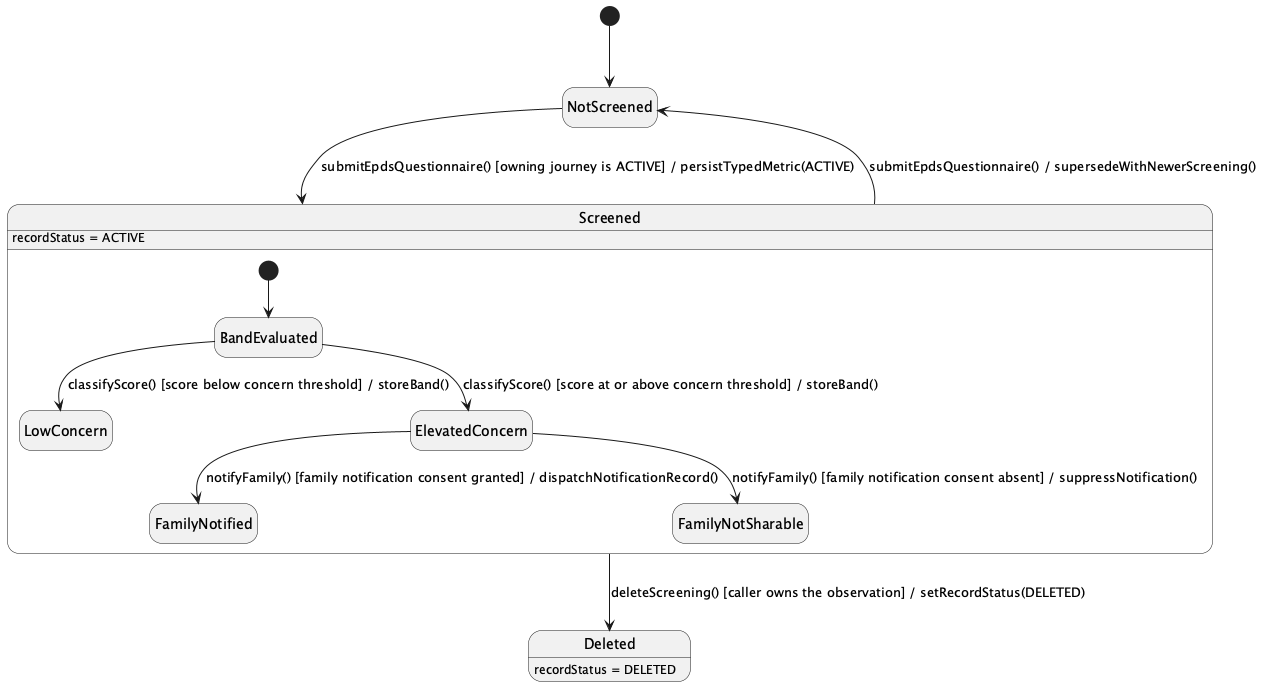
This is 03_Design/Detailed_Design/MF02_Mother_Care_Journey/images/06_EPDS_Screening_History_and_Family_Notification_StateChartDiagram.png from ChuongBDHE172784/CareBridge_SEP490_G79, a PlantUML export, as it was before one commit. Source of this version:
```plantuml
@startuml
hide empty description
[*] --> NotScreened

NotScreened --> Screened : submitEpdsQuestionnaire() [owning journey is ACTIVE] / persistTypedMetric(ACTIVE)
Screened --> Deleted : deleteScreening() [caller owns the observation] / setRecordStatus(DELETED)
Screened --> NotScreened : submitEpdsQuestionnaire() / supersedeWithNewerScreening()

state Screened {
  [*] --> BandEvaluated
  BandEvaluated --> LowConcern : classifyScore() [score below concern threshold] / storeBand()
  BandEvaluated --> ElevatedConcern : classifyScore() [score at or above concern threshold] / storeBand()
  ElevatedConcern --> FamilyNotified : notifyFamily() [family notification consent granted] / dispatchNotificationRecord()
  ElevatedConcern --> FamilyNotSharable : notifyFamily() [family notification consent absent] / suppressNotification()
}

Screened : recordStatus = ACTIVE
Deleted : recordStatus = DELETED
@enduml
```
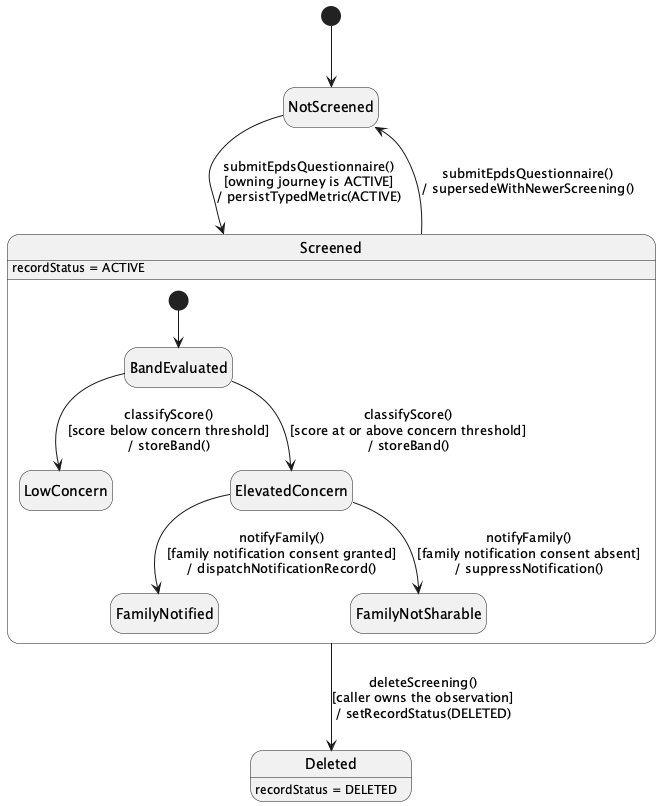
After the change.

What changed in the source:
```diff
@@ -1,17 +1,17 @@
-@startuml
+@startuml StateChartDiagram_06EPDSScreeningHistoryandFamilyNotification
 hide empty description
 [*] --> NotScreened
 
-NotScreened --> Screened : submitEpdsQuestionnaire() [owning journey is ACTIVE] / persistTypedMetric(ACTIVE)
-Screened --> Deleted : deleteScreening() [caller owns the observation] / setRecordStatus(DELETED)
-Screened --> NotScreened : submitEpdsQuestionnaire() / supersedeWithNewerScreening()
+NotScreened --> Screened : submitEpdsQuestionnaire()\n[owning journey is ACTIVE]\n/ persistTypedMetric(ACTIVE)
+Screened --> Deleted : deleteScreening()\n[caller owns the observation]\n/ setRecordStatus(DELETED)
+Screened --> NotScreened : submitEpdsQuestionnaire()\n/ supersedeWithNewerScreening()
 
 state Screened {
   [*] --> BandEvaluated
-  BandEvaluated --> LowConcern : classifyScore() [score below concern threshold] / storeBand()
-  BandEvaluated --> ElevatedConcern : classifyScore() [score at or above concern threshold] / storeBand()
-  ElevatedConcern --> FamilyNotified : notifyFamily() [family notification consent granted] / dispatchNotificationRecord()
-  ElevatedConcern --> FamilyNotSharable : notifyFamily() [family notification consent absent] / suppressNotification()
+  BandEvaluated --> LowConcern : classifyScore()\n[score below concern threshold]\n/ storeBand()
+  BandEvaluated --> ElevatedConcern : classifyScore()\n[score at or above concern threshold]\n/ storeBand()
+  ElevatedConcern --> FamilyNotified : notifyFamily()\n[family notification consent granted]\n/ dispatchNotificationRecord()
+  ElevatedConcern --> FamilyNotSharable : notifyFamily()\n[family notification consent absent]\n/ suppressNotification()
 }
 
 Screened : recordStatus = ACTIVE
```
